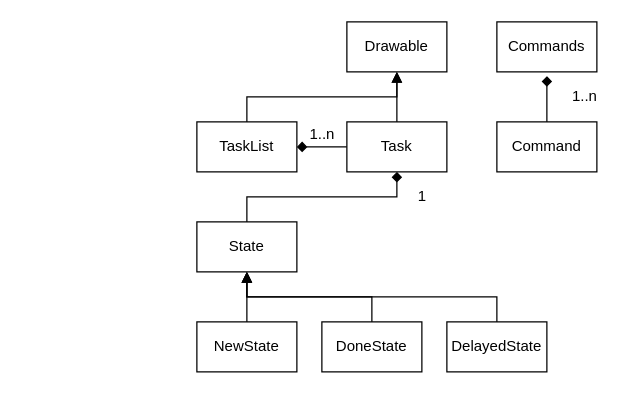
Earlier version of the draw.io diagram page "Classes_Overview" (1 of 2) of doc/project.drawio (JiJogbf/GasConsoleTodo). Source tidied: cells renumbered, new cells numbered last; positions are measured from the earlier drawing's top-left corner, leaving out a move shared by most shapes. Both pictures are drawn from the tidied source at 125%, with x=0, y=0 at pixel (196, 21).
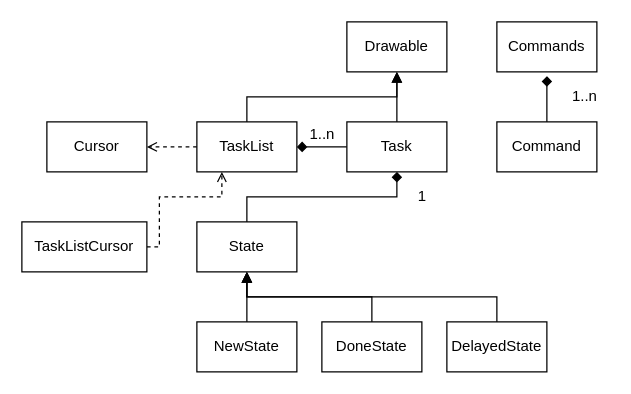
Above is the later version.

The change refers to these unchanged cells:
```xml
<mxCell id="9" value="TaskList" style="rounded=0;whiteSpace=wrap;html=1;" parent="1" vertex="1">
  <mxGeometry y="80" width="80" height="40" as="geometry" />
</mxCell>
```

Change to the diagram source:
```diff
@@
+    <mxCell id="22" style="edgeStyle=orthogonalEdgeStyle;rounded=0;jettySize=auto;html=1;exitX=0;exitY=0.5;exitDx=0;exitDy=0;entryX=1;entryY=0.5;entryDx=0;entryDy=0;endArrow=open;endFill=0;dashed=1;" parent="1" edge="1" source="9" target="23">
+      <mxGeometry relative="1" as="geometry" />
+    </mxCell>
@@
+    <mxCell id="23" value="Cursor" style="rounded=0;whiteSpace=wrap;html=1;" parent="1" vertex="1">
+      <mxGeometry x="-120" y="80" width="80" height="40" as="geometry" />
+    </mxCell>
+    <mxCell id="24" style="edgeStyle=orthogonalEdgeStyle;rounded=0;jettySize=auto;html=1;exitX=1;exitY=0.5;exitDx=0;exitDy=0;entryX=0.25;entryY=1;entryDx=0;entryDy=0;dashed=1;endArrow=open;endFill=0;" parent="1" edge="1" source="25" target="9">
+      <mxGeometry relative="1" as="geometry">
+        <Array as="points">
+          <mxPoint x="-30" y="180" />
+          <mxPoint x="-30" y="140" />
+          <mxPoint x="20" y="140" />
+        </Array>
+      </mxGeometry>
+    </mxCell>
+    <mxCell id="25" value="TaskListCursor" style="rounded=0;whiteSpace=wrap;html=1;" parent="1" vertex="1">
+      <mxGeometry x="-140" y="160" width="100" height="40" as="geometry" />
+    </mxCell>
```
